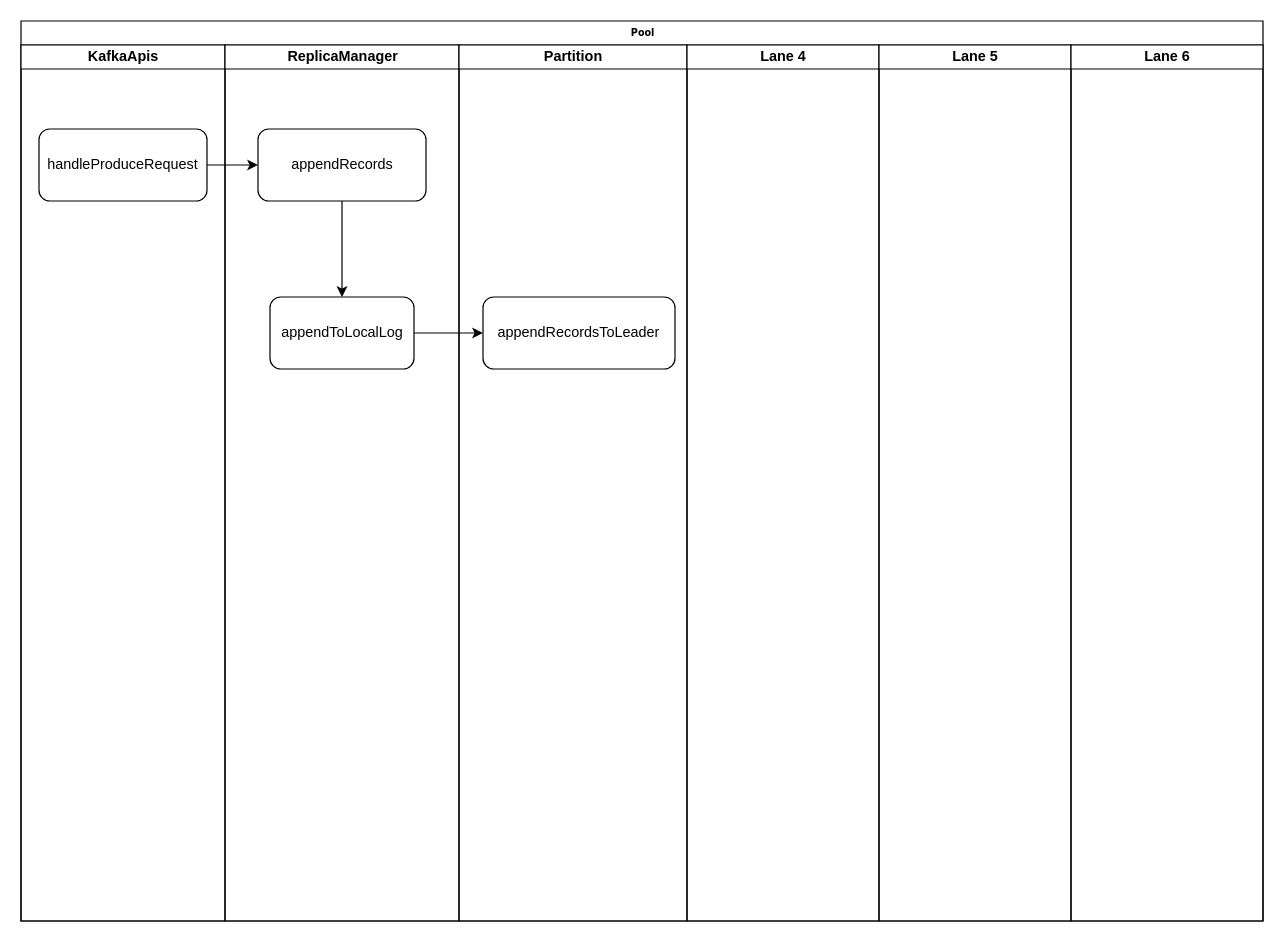
The draw.io diagram page "Produce 请求处理" (7 of 7) of kafka_controller.drawio in chuyuqiao/gogogo, before the edit. Source tidied: cells renumbered, new cells numbered last; positions are measured from the earlier drawing's top-left corner, leaving out a move shared by most shapes. Both pictures are drawn from the tidied source at 120%, with x=0, y=0 at pixel (20, 20).
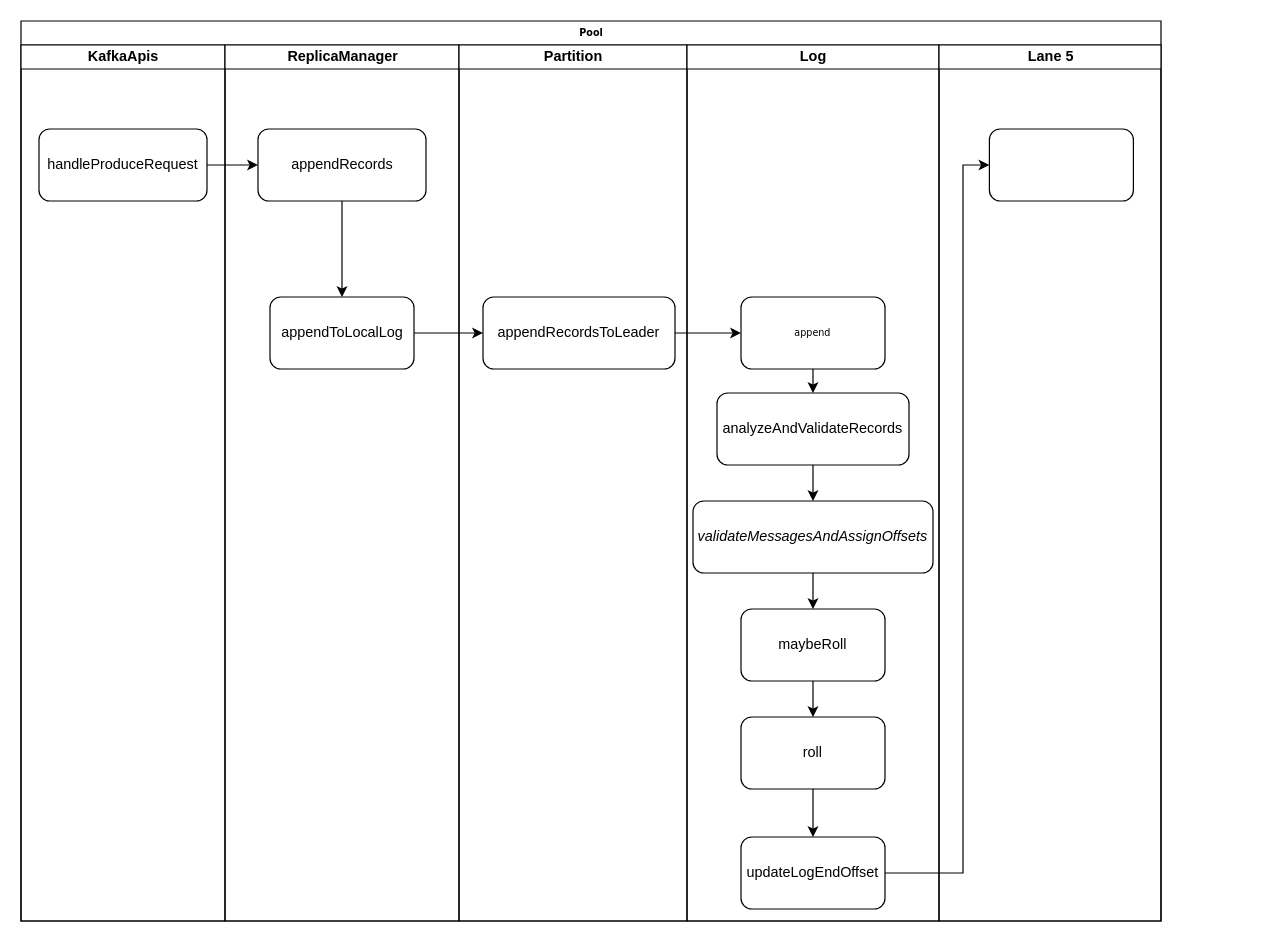
The same page after the edit.

Unchanged cells that the change refers to:
```xml
<mxCell id="14" value="&lt;pre style=&quot;background-color: rgb(255 , 255 , 255)&quot;&gt;&lt;font style=&quot;font-size: 12px&quot; face=&quot;Helvetica&quot;&gt;appendRecordsToLeader&lt;/font&gt;&lt;/pre&gt;" style="whiteSpace=wrap;html=1;rounded=1;shadow=0;fontFamily=Verdana;fontSize=8;strokeWidth=1;" parent="13" vertex="1">
  <mxGeometry x="20" y="210" width="160" height="60" as="geometry" />
</mxCell>
```

The edit, as a diff of the source:
```diff
@@
     <mxCell id="2" value="Pool" style="swimlane;html=1;startSize=20;rounded=0;shadow=0;labelBackgroundColor=none;strokeWidth=1;fontFamily=Verdana;fontSize=8;align=center;" parent="1" vertex="1">
-      <mxGeometry width="1035" height="750" as="geometry" />
+      <mxGeometry width="950" height="750" as="geometry" />
     </mxCell>
@@
-    <mxCell id="15" value="Lane 4" style="swimlane;html=1;startSize=20;" parent="2" vertex="1">
-      <mxGeometry x="555" y="20" width="160" height="730" as="geometry" />
+    <mxCell id="15" value="Log" style="swimlane;html=1;startSize=20;" parent="2" vertex="1">
+      <mxGeometry x="555" y="20" width="210" height="730" as="geometry" />
     </mxCell>
@@
+    <mxCell id="25" value="append" style="whiteSpace=wrap;html=1;rounded=1;shadow=0;fontFamily=Verdana;fontSize=8;strokeWidth=1;" parent="15" vertex="1">
+      <mxGeometry x="45" y="210" width="120" height="60" as="geometry" />
+    </mxCell>
+    <mxCell id="26" value="&lt;pre style=&quot;background-color: rgb(255 , 255 , 255)&quot;&gt;&lt;font face=&quot;Helvetica&quot; style=&quot;font-size: 12px&quot;&gt;analyzeAndValidateRecords&lt;/font&gt;&lt;/pre&gt;" style="whiteSpace=wrap;html=1;rounded=1;shadow=0;fontFamily=Verdana;fontSize=8;strokeWidth=1;" parent="15" vertex="1">
+      <mxGeometry x="25" y="290" width="160" height="60" as="geometry" />
+    </mxCell>
+    <mxCell id="27" style="rounded=0;jettySize=auto;html=1;" parent="15" edge="1" source="25" target="26">
+      <mxGeometry relative="1" as="geometry" />
+    </mxCell>
+    <mxCell id="28" value="&lt;pre style=&quot;background-color: rgb(255 , 255 , 255)&quot;&gt;&lt;span style=&quot;font-style: italic&quot;&gt;&lt;font face=&quot;Helvetica&quot; style=&quot;font-size: 12px&quot;&gt;validateMessagesAndAssignOffsets&lt;/font&gt;&lt;/span&gt;&lt;/pre&gt;" style="whiteSpace=wrap;html=1;rounded=1;shadow=0;fontFamily=Verdana;fontSize=8;strokeWidth=1;" parent="15" vertex="1">
+      <mxGeometry x="5" y="380" width="200" height="60" as="geometry" />
+    </mxCell>
+    <mxCell id="29" style="edgeStyle=none;rounded=0;jettySize=auto;html=1;" parent="15" edge="1" source="26" target="28">
+      <mxGeometry relative="1" as="geometry" />
+    </mxCell>
+    <mxCell id="30" value="&lt;pre style=&quot;background-color: rgb(255 , 255 , 255)&quot;&gt;&lt;font face=&quot;Helvetica&quot; style=&quot;font-size: 12px&quot;&gt;maybeRoll&lt;/font&gt;&lt;/pre&gt;" style="whiteSpace=wrap;html=1;rounded=1;shadow=0;fontFamily=Verdana;fontSize=8;strokeWidth=1;" parent="15" vertex="1">
+      <mxGeometry x="45" y="470" width="120" height="60" as="geometry" />
+    </mxCell>
+    <mxCell id="31" style="edgeStyle=none;rounded=0;jettySize=auto;html=1;" parent="15" edge="1" source="28" target="30">
+      <mxGeometry relative="1" as="geometry" />
+    </mxCell>
+    <mxCell id="32" style="edgeStyle=none;rounded=0;jettySize=auto;html=1;" parent="15" edge="1" source="33" target="35">
+      <mxGeometry relative="1" as="geometry" />
+    </mxCell>
+    <mxCell id="33" value="&lt;pre style=&quot;background-color: rgb(255 , 255 , 255) ; color: rgb(0 , 0 , 0)&quot;&gt;&lt;font face=&quot;Helvetica&quot; style=&quot;font-size: 12px&quot;&gt;roll&lt;/font&gt;&lt;/pre&gt;" style="whiteSpace=wrap;html=1;rounded=1;shadow=0;fontFamily=Verdana;fontSize=8;strokeWidth=1;" parent="15" vertex="1">
+      <mxGeometry x="45" y="560" width="120" height="60" as="geometry" />
+    </mxCell>
+    <mxCell id="34" style="edgeStyle=none;rounded=0;jettySize=auto;html=1;" parent="15" edge="1" source="30" target="33">
+      <mxGeometry relative="1" as="geometry" />
+    </mxCell>
+    <mxCell id="35" value="&lt;pre style=&quot;background-color: rgb(255 , 255 , 255)&quot;&gt;&lt;font face=&quot;Helvetica&quot; style=&quot;font-size: 12px&quot;&gt;updateLogEndOffset&lt;/font&gt;&lt;/pre&gt;" style="whiteSpace=wrap;html=1;rounded=1;shadow=0;fontFamily=Verdana;fontSize=8;strokeWidth=1;" parent="15" vertex="1">
+      <mxGeometry x="45" y="660" width="120" height="60" as="geometry" />
+    </mxCell>
     <mxCell id="17" value="Lane 5" style="swimlane;html=1;startSize=20;" parent="2" vertex="1">
-      <mxGeometry x="715" y="20" width="160" height="730" as="geometry" />
+      <mxGeometry x="765" y="20" width="185" height="730" as="geometry" />
     </mxCell>
@@
-    <mxCell id="20" value="Lane 6" style="swimlane;html=1;startSize=20;" parent="2" vertex="1">
-      <mxGeometry x="875" y="20" width="160" height="730" as="geometry" />
-    </mxCell>
+    <mxCell id="36" style="whiteSpace=wrap;html=1;rounded=1;shadow=0;fontFamily=Verdana;fontSize=8;strokeWidth=1;" parent="17" vertex="1">
+      <mxGeometry x="42" y="70" width="120" height="60" as="geometry" />
+    </mxCell>
@@
+    <mxCell id="37" style="edgeStyle=orthogonalEdgeStyle;rounded=0;jettySize=auto;html=1;" parent="2" edge="1" source="14" target="25">
+      <mxGeometry relative="1" as="geometry" />
+    </mxCell>
+    <mxCell id="38" style="edgeStyle=orthogonalEdgeStyle;rounded=0;jettySize=auto;html=1;entryX=0;entryY=0.5;entryDx=0;entryDy=0;exitX=1;exitY=0.5;exitDx=0;exitDy=0;" parent="2" edge="1" source="35" target="36">
+      <mxGeometry relative="1" as="geometry">
+        <Array as="points">
+          <mxPoint x="785" y="710" />
+        </Array>
+      </mxGeometry>
+    </mxCell>
```
